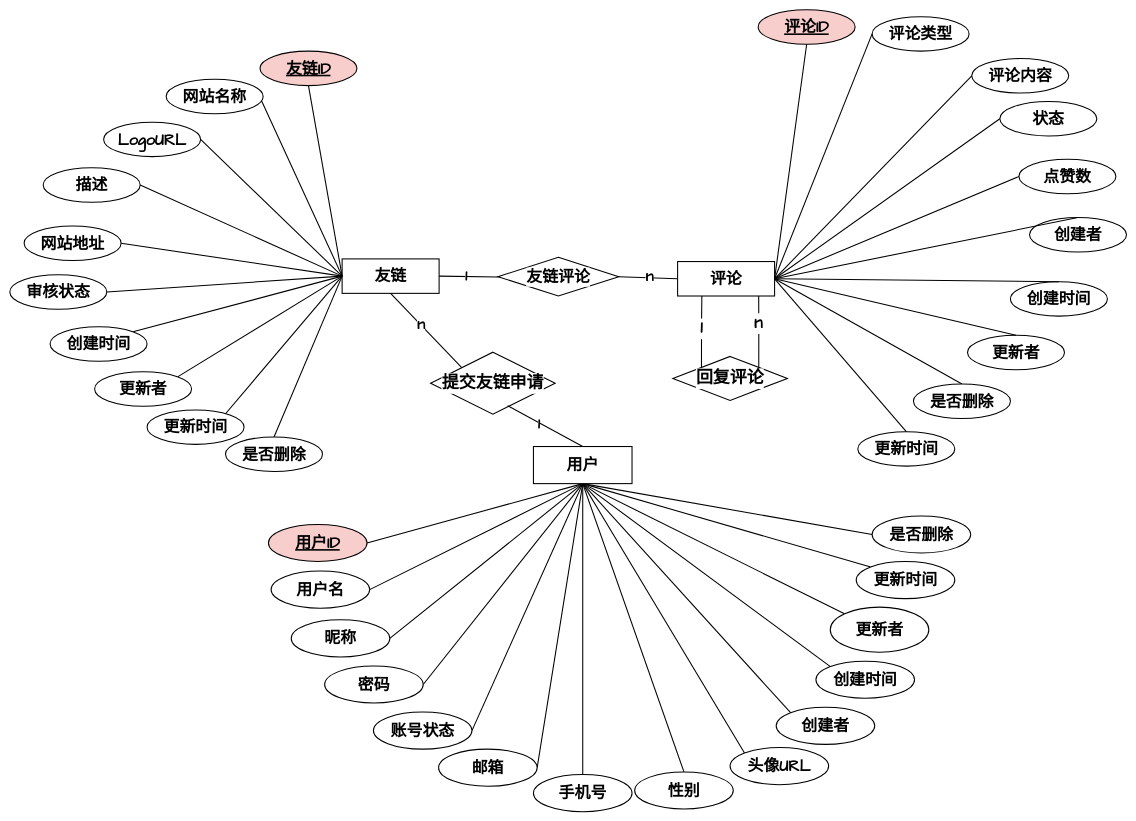
The draw.io diagram graph/友链ER.drawio in zhangbird050801/bird-blog, before the edit. Source tidied: cells renumbered, new cells numbered last; positions are measured from the earlier drawing's top-left corner, leaving out a move shared by most shapes. Both pictures are drawn from the tidied source at 53%, with x=0, y=0 at pixel (10, 10).
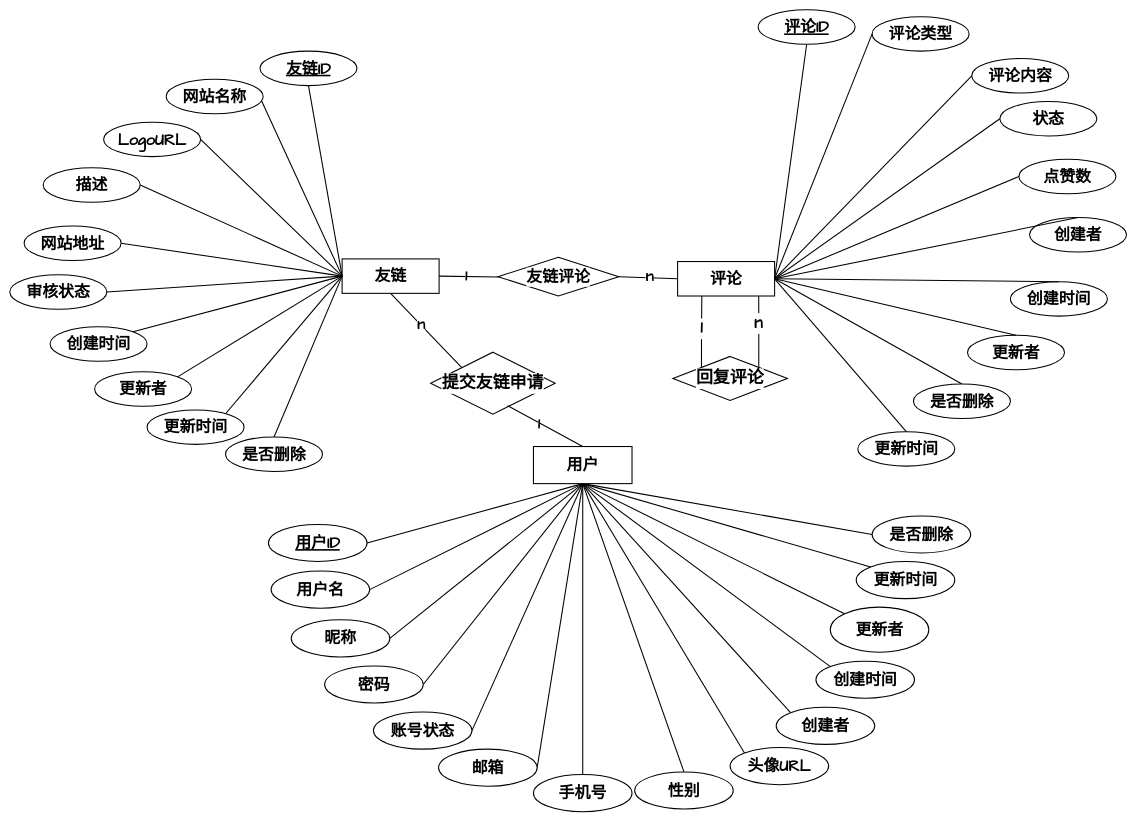
After the change.

Diff of the diagram source:
```diff
@@
-    <mxCell id="4" value="友链ID" style="whiteSpace=wrap;html=1;shape=ellipse;perimeter=ellipsePerimeter;fillColor=#f8cecc;strokeColor=default;fontSize=30;rounded=0;strokeWidth=2;align=center;verticalAlign=middle;fontFamily=Comic Sans MS;fontColor=default;fontStyle=5;labelBackgroundColor=none;" parent="1" vertex="1">
+    <mxCell id="4" value="友链ID" style="whiteSpace=wrap;html=1;shape=ellipse;perimeter=ellipsePerimeter;fontSize=30;rounded=0;strokeWidth=2;align=center;verticalAlign=middle;fontFamily=Comic Sans MS;fontStyle=5;labelBackgroundColor=none;" parent="1" vertex="1">
       <mxGeometry x="472" y="78" width="183" height="65" as="geometry" />
     </mxCell>
@@
-    <mxCell id="28" value="评论ID" style="whiteSpace=wrap;html=1;shape=ellipse;perimeter=ellipsePerimeter;fillColor=#f8cecc;strokeColor=default;fontSize=30;rounded=0;strokeWidth=2;align=center;verticalAlign=middle;fontFamily=Comic Sans MS;fontColor=default;fontStyle=5;labelBackgroundColor=none;" parent="1" vertex="1">
+    <mxCell id="28" value="评论ID" style="whiteSpace=wrap;html=1;shape=ellipse;perimeter=ellipsePerimeter;fontSize=30;rounded=0;strokeWidth=2;align=center;verticalAlign=middle;fontFamily=Comic Sans MS;fontStyle=5;labelBackgroundColor=none;" parent="1" vertex="1">
       <mxGeometry x="1412" width="183" height="65" as="geometry" />
     </mxCell>
@@
-    <mxCell id="69" value="用户ID" style="ellipse;whiteSpace=wrap;html=1;fillColor=#f8cecc;strokeColor=default;fontSize=30;fontFamily=Comic Sans MS;rounded=0;strokeWidth=2;align=center;verticalAlign=middle;fontColor=default;labelBackgroundColor=none;fontStyle=5;" parent="1" vertex="1">
+    <mxCell id="69" value="用户ID" style="ellipse;whiteSpace=wrap;html=1;fontSize=30;fontFamily=Comic Sans MS;rounded=0;strokeWidth=2;align=center;verticalAlign=middle;labelBackgroundColor=none;fontStyle=5;" parent="1" vertex="1">
       <mxGeometry x="488" y="971" width="186" height="70" as="geometry" />
     </mxCell>
```
